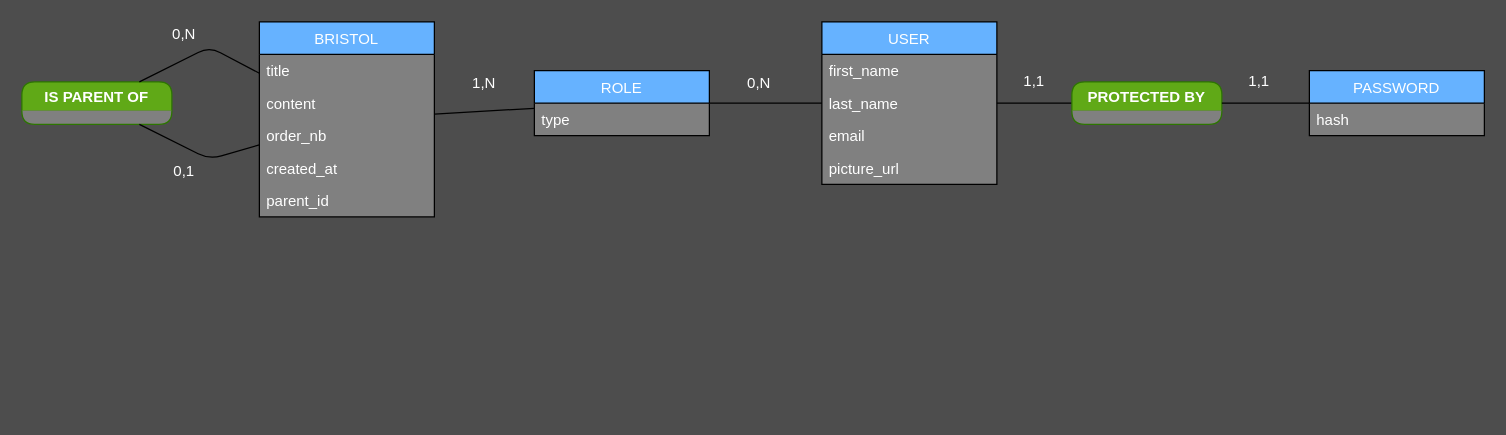
The draw.io diagram conception/MCD/mcd.drawio in moymat/bristolbe, before the edit. Source tidied: cells renumbered, new cells numbered last; positions are measured from the earlier drawing's top-left corner, leaving out a move shared by most shapes. Both pictures are drawn from the tidied source at 125%, with x=0, y=0 at pixel (21, 21).
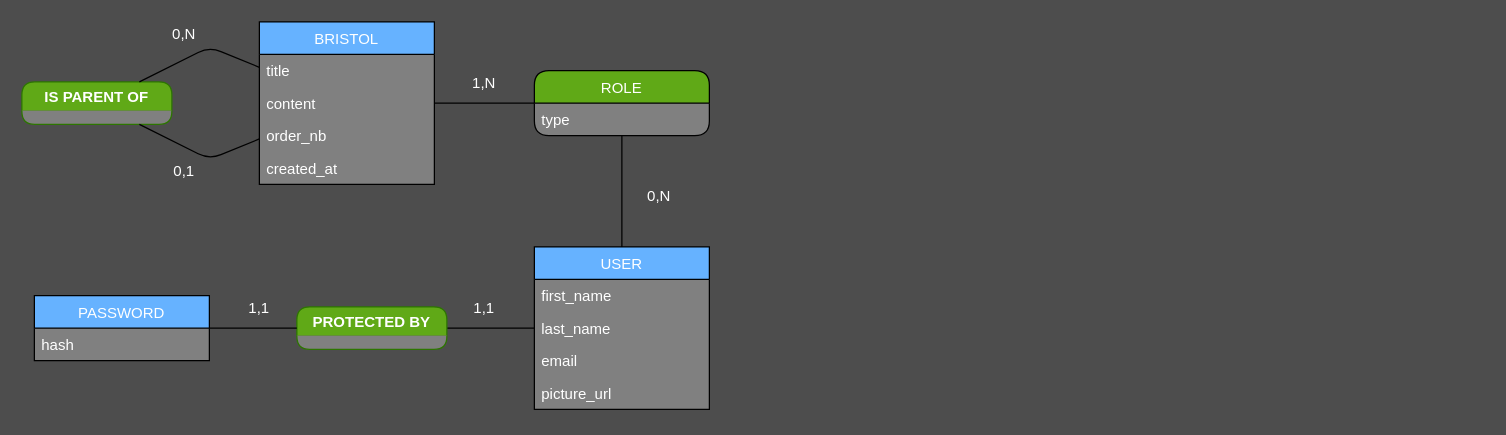
The same page after the edit.

Commit message (it also covers changes not shown here):
removed parent_id from bristol and rework mcd layout

The edit, as a diff of the source:
```diff
@@
     <mxCell id="2" value="BRISTOL" style="swimlane;fontStyle=0;horizontal=1;startSize=26;fillColor=#66B2FF;swimlaneFillColor=#808080;fontColor=#FFFFFF;" parent="1" vertex="1">
-      <mxGeometry x="190" width="140" height="156" as="geometry" />
+      <mxGeometry x="190" width="140" height="130" as="geometry" />
     </mxCell>
@@
-    <mxCell id="7" value="parent_id" style="text;strokeColor=none;fillColor=none;align=left;verticalAlign=top;spacingLeft=4;spacingRight=4;overflow=hidden;fontColor=#FFFFFF;" parent="2" vertex="1">
-      <mxGeometry y="130" width="140" height="26" as="geometry" />
-    </mxCell>
     <mxCell id="8" value="PASSWORD" style="swimlane;fontStyle=0;horizontal=1;startSize=26;fillColor=#66B2FF;swimlaneFillColor=#808080;fontColor=#FFFFFF;" parent="1" vertex="1">
-      <mxGeometry x="1030" y="39" width="140" height="52" as="geometry" />
+      <mxGeometry x="10" y="219" width="140" height="52" as="geometry" />
     </mxCell>
@@
     <mxCell id="10" value="USER" style="swimlane;fontStyle=0;horizontal=1;startSize=26;fillColor=#66B2FF;swimlaneFillColor=#808080;fontColor=#FFFFFF;" parent="1" vertex="1">
-      <mxGeometry x="640" width="140" height="130" as="geometry" />
+      <mxGeometry x="410" y="180" width="140" height="130" as="geometry" />
     </mxCell>
@@
-    <mxCell id="18" value="PROTECTED BY" style="swimlane;fillColor=#60a917;strokeColor=#2D7600;rounded=1;swimlaneLine=0;swimlaneFillColor=#808080;fontColor=#FFFFFF;" parent="1" vertex="1">
-      <mxGeometry x="840" y="48" width="120" height="34" as="geometry" />
+    <mxCell id="18" value="PROTECTED BY" style="swimlane;strokeColor=#2D7600;rounded=1;swimlaneLine=0;swimlaneFillColor=#808080;fontColor=#FFFFFF;fillColor=#60A917;" parent="1" vertex="1">
+      <mxGeometry x="220" y="228" width="120" height="34" as="geometry" />
     </mxCell>
@@
     <mxCell id="20" value="1,1" style="text;html=1;strokeColor=none;fillColor=none;align=center;verticalAlign=middle;whiteSpace=wrap;rounded=0;fontColor=#FFFFFF;" parent="1" vertex="1">
-      <mxGeometry x="790" y="37.5" width="40" height="20" as="geometry" />
+      <mxGeometry x="170" y="219" width="40" height="20" as="geometry" />
     </mxCell>
     <mxCell id="21" value="1,1" style="text;html=1;strokeColor=none;fillColor=none;align=center;verticalAlign=middle;whiteSpace=wrap;rounded=0;fontColor=#FFFFFF;" parent="1" vertex="1">
-      <mxGeometry x="970" y="37.5" width="40" height="20" as="geometry" />
+      <mxGeometry x="350" y="219" width="40" height="20" as="geometry" />
     </mxCell>
@@
-    <mxCell id="27" value="ROLE" style="swimlane;fontStyle=0;horizontal=1;startSize=26;fillColor=#66B2FF;swimlaneFillColor=#808080;fontColor=#FFFFFF;" parent="1" vertex="1">
+    <mxCell id="27" value="ROLE" style="swimlane;fontStyle=0;horizontal=1;startSize=26;swimlaneFillColor=#808080;fontColor=#FFFFFF;rounded=1;fillColor=#60A917;" parent="1" vertex="1">
       <mxGeometry x="410" y="39" width="140" height="52" as="geometry" />
     </mxCell>
@@
     <mxCell id="29" value="0,N" style="text;html=1;strokeColor=none;fillColor=none;align=center;verticalAlign=middle;whiteSpace=wrap;rounded=0;fontColor=#FFFFFF;" parent="1" vertex="1">
-      <mxGeometry x="570" y="39" width="40" height="20" as="geometry" />
+      <mxGeometry x="490" y="130" width="40" height="20" as="geometry" />
     </mxCell>
```
